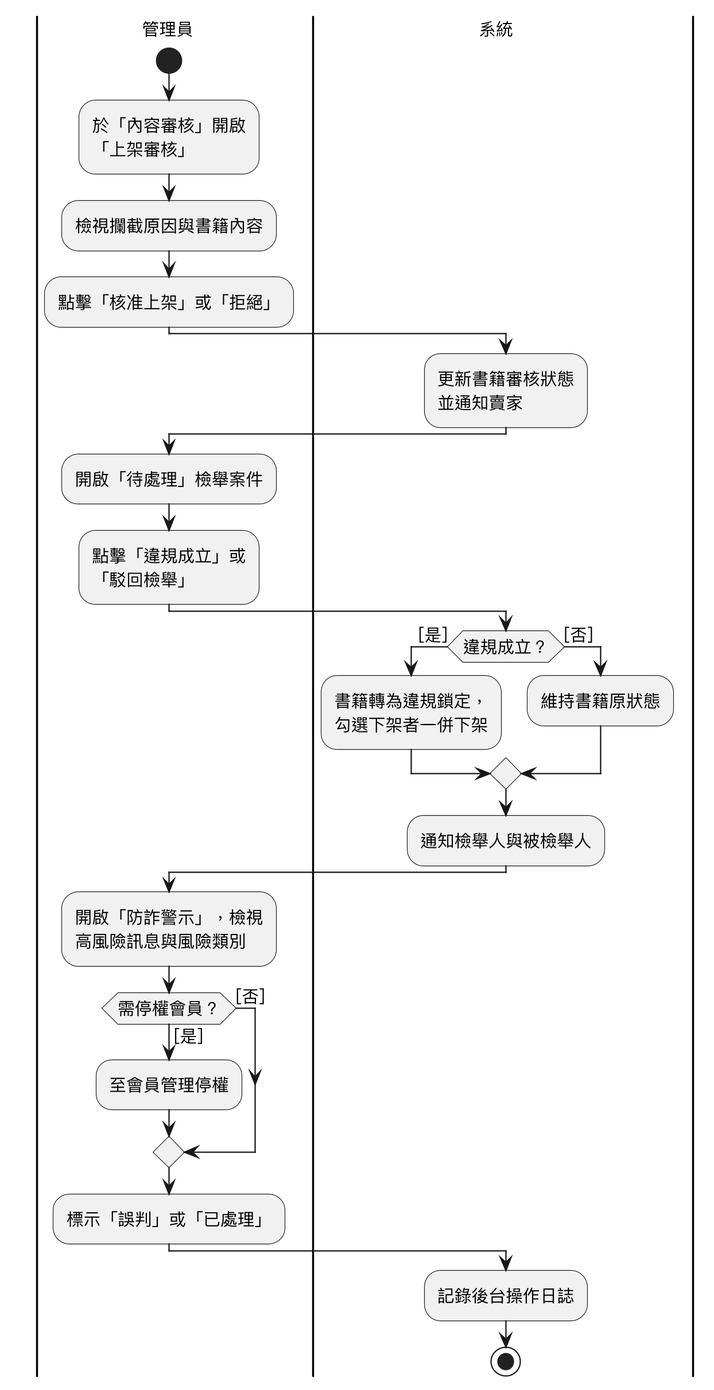
This is Diagrams/Activity diagram/v3/uc11.png from SaveMyBook/SaveMyBook, a PlantUML export, as it was before one commit. Source of this version:
```plantuml
@startuml
skinparam monochrome true
skinparam shadowing false
skinparam dpi 220
skinparam defaultFontName "PingFang TC"
skinparam defaultFontSize 13
skinparam swimlaneWidth same
|管理員|
start
:於「內容審核」開啟\n「上架審核」;
:檢視攔截原因與書籍內容;
:點擊「核准上架」或「拒絕」;
|系統|
:更新書籍審核狀態\n並通知賣家;
|管理員|
:開啟「待處理」檢舉案件;
:點擊「違規成立」或\n「駁回檢舉」;
|系統|
if (違規成立？) then ([是])
  :書籍轉為違規鎖定，\n勾選下架者一併下架;
else ([否])
  :維持書籍原狀態;
endif
:通知檢舉人與被檢舉人;
|管理員|
:開啟「防詐警示」，檢視\n高風險訊息與風險類別;
if (需停權會員？) then ([是])
  :至會員管理停權;
else ([否])
endif
:標示「誤判」或「已處理」;
|系統|
:記錄後台操作日誌;
stop
@enduml
```
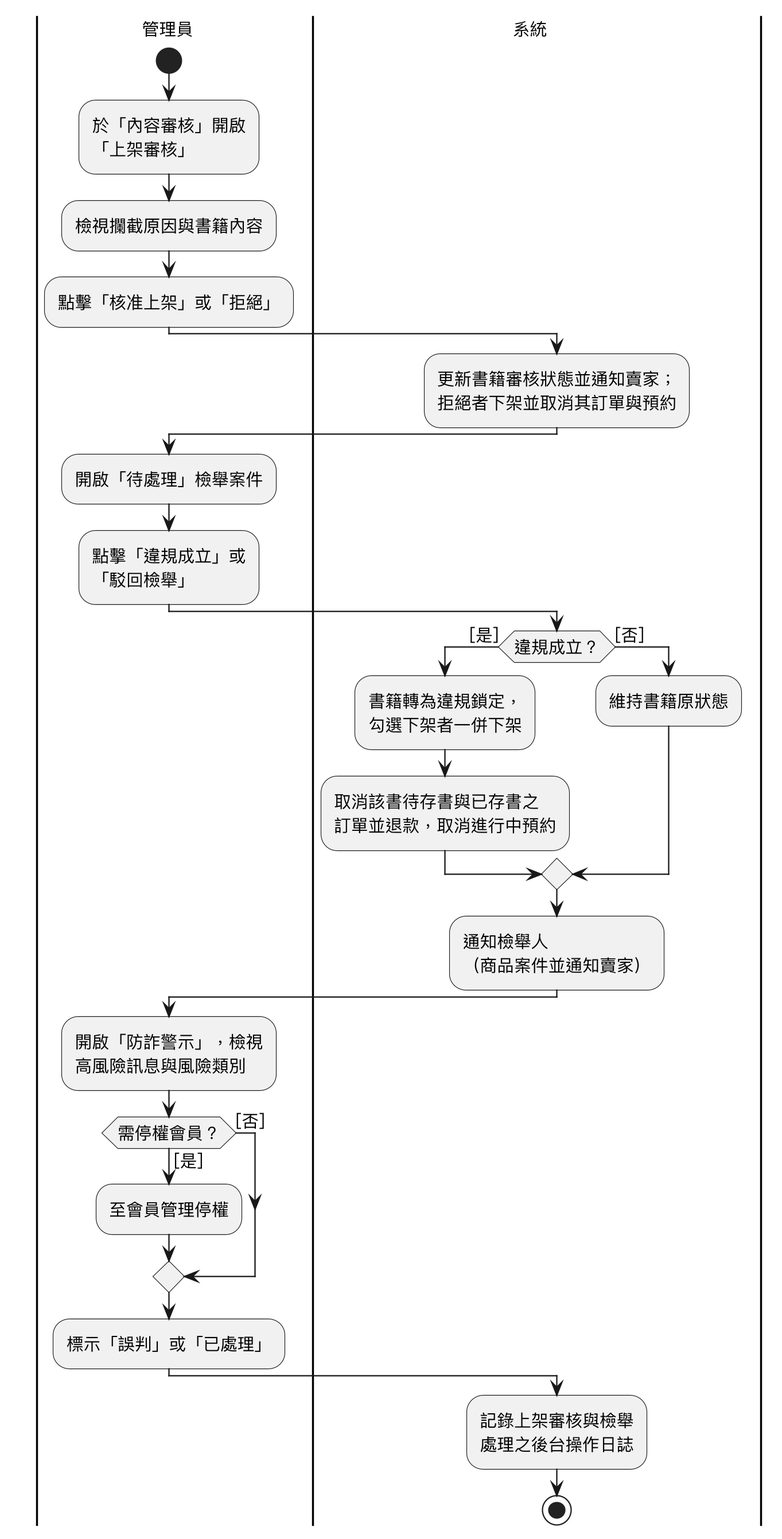
Above is the later version.

Diff of the diagram source:
```diff
@@ -11,17 +11,18 @@
 :檢視攔截原因與書籍內容;
 :點擊「核准上架」或「拒絕」;
 |系統|
-:更新書籍審核狀態\n並通知賣家;
+:更新書籍審核狀態並通知賣家；\n拒絕者下架並取消其訂單與預約;
 |管理員|
 :開啟「待處理」檢舉案件;
 :點擊「違規成立」或\n「駁回檢舉」;
 |系統|
 if (違規成立？) then ([是])
   :書籍轉為違規鎖定，\n勾選下架者一併下架;
+  :取消該書待存書與已存書之\n訂單並退款，取消進行中預約;
 else ([否])
   :維持書籍原狀態;
 endif
-:通知檢舉人與被檢舉人;
+:通知檢舉人\n（商品案件並通知賣家）;
 |管理員|
 :開啟「防詐警示」，檢視\n高風險訊息與風險類別;
 if (需停權會員？) then ([是])
@@ -30,6 +31,6 @@
 endif
 :標示「誤判」或「已處理」;
 |系統|
-:記錄後台操作日誌;
+:記錄上架審核與檢舉\n處理之後台操作日誌;
 stop
 @enduml
```
